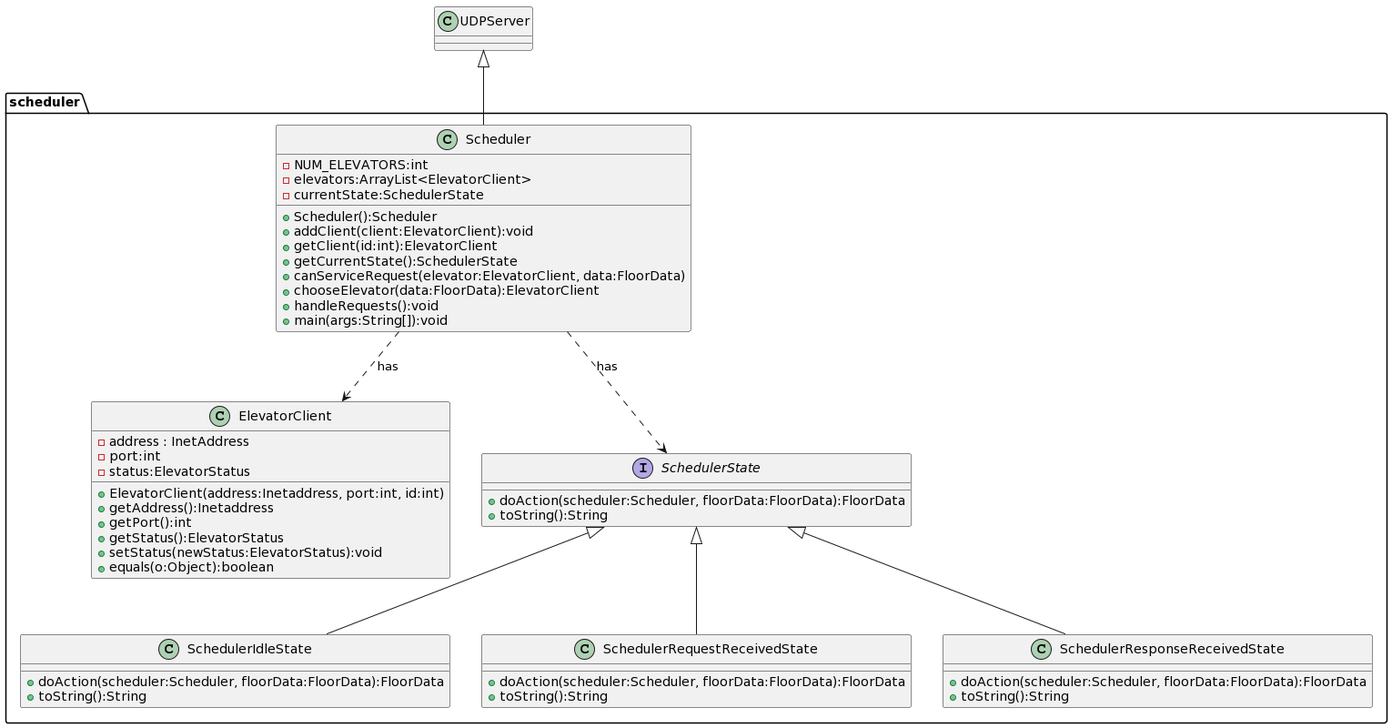
Above: docs/SchedulerSubsystemClassDiagram.png in kavvykav/SYSC3303-project (PlantUML), before the change. Source of this version:
```plantuml
@startuml
class UDPServer {

}
package scheduler {

class Scheduler {
-NUM_ELEVATORS:int
-elevators:ArrayList<ElevatorClient>
-currentState:SchedulerState
+Scheduler():Scheduler
+addClient(client:ElevatorClient):void
+getClient(id:int):ElevatorClient
+getCurrentState():SchedulerState
+canServiceRequest(elevator:ElevatorClient, data:FloorData)
+chooseElevator(data:FloorData):ElevatorClient
+handleRequests():void
+main(args:String[]):void

}
class ElevatorClient {
-address : InetAddress
-port:int
-status:ElevatorStatus
+ElevatorClient(address:Inetaddress, port:int, id:int)
+getAddress():Inetaddress
+getPort():int
+getStatus():ElevatorStatus
+setStatus(newStatus:ElevatorStatus):void
+equals(o:Object):boolean

}
interface SchedulerState {
+doAction(scheduler:Scheduler, floorData:FloorData):FloorData
+toString():String
}
class SchedulerIdleState{
+doAction(scheduler:Scheduler, floorData:FloorData):FloorData
+toString():String
}
class SchedulerRequestReceivedState {
+doAction(scheduler:Scheduler, floorData:FloorData):FloorData
+toString():String
}
class SchedulerResponseReceivedState {
+doAction(scheduler:Scheduler, floorData:FloorData):FloorData
+toString():String
}
UDPServer <|-- Scheduler
Scheduler ..> ElevatorClient : has
Scheduler ..> SchedulerState : has
SchedulerState <|-- SchedulerIdleState
SchedulerState <|-- SchedulerRequestReceivedState
SchedulerState <|-- SchedulerResponseReceivedState
}
@enduml
```
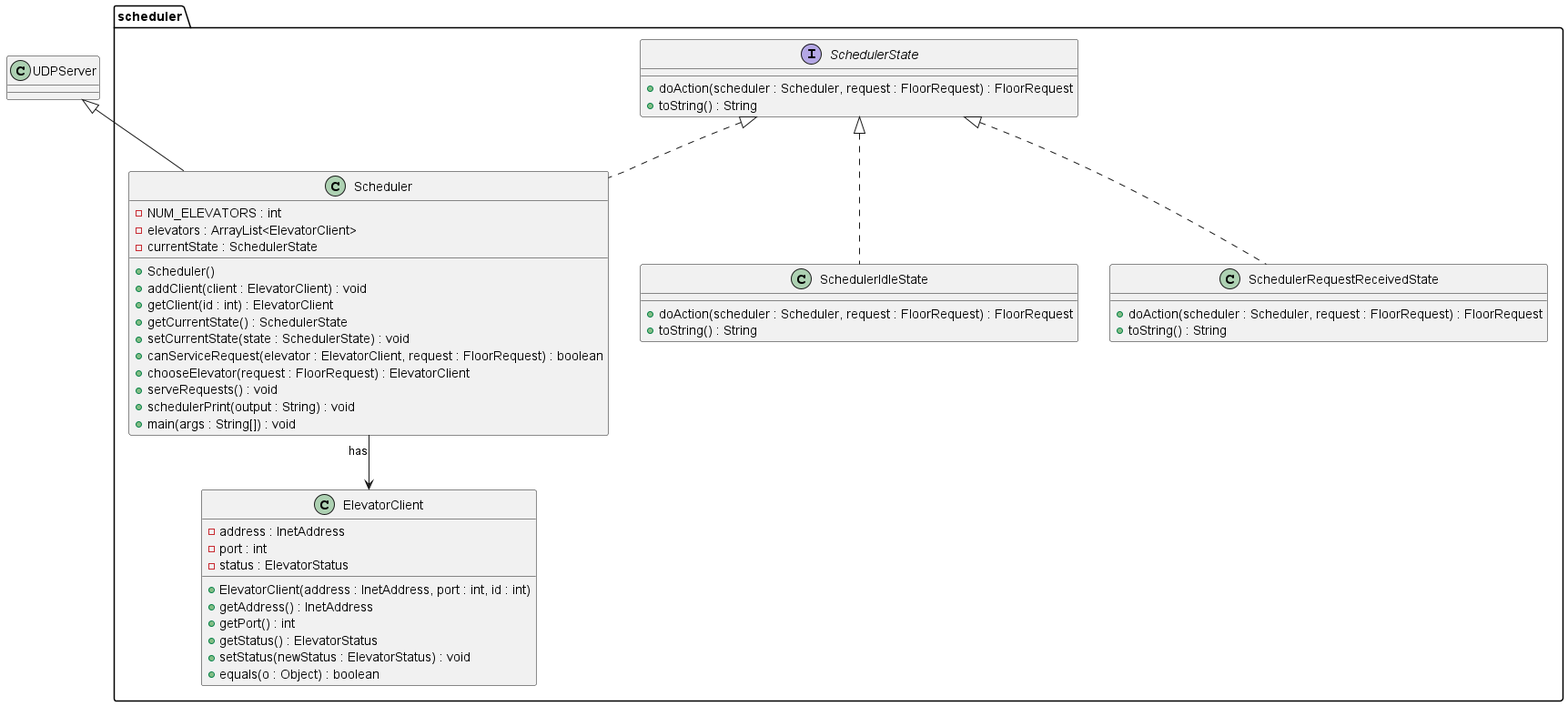
The same file after the commit.

The edit, as a diff of the source:
```diff
@@ -1,56 +1,64 @@
 @startuml
-class UDPServer {
+!define RECTANGLE class
+
+package scheduler {
+
+RECTANGLE Scheduler {
+    - NUM_ELEVATORS : int
+    - elevators : ArrayList<ElevatorClient>
+    - currentState : SchedulerState
+    + Scheduler()
+    + addClient(client : ElevatorClient) : void
+    + getClient(id : int) : ElevatorClient
+    + getCurrentState() : SchedulerState
+    + setCurrentState(state : SchedulerState) : void
+    + canServiceRequest(elevator : ElevatorClient, request : FloorRequest) : boolean
+    + chooseElevator(request : FloorRequest) : ElevatorClient
+    + serveRequests() : void
+    + schedulerPrint(output : String) : void
+    + main(args : String[]) : void
+}
+
+RECTANGLE ElevatorClient {
+    - address : InetAddress
+    - port : int
+    - status : ElevatorStatus
+    + ElevatorClient(address : InetAddress, port : int, id : int)
+    + getAddress() : InetAddress
+    + getPort() : int
+    + getStatus() : ElevatorStatus
+    + setStatus(newStatus : ElevatorStatus) : void
+    + equals(o : Object) : boolean
+}
+
+Scheduler "has" --> ElevatorClient
+
+interface SchedulerState {
+    + doAction(scheduler : Scheduler, request : FloorRequest) : FloorRequest
+    + toString() : String
+}
+
+RECTANGLE SchedulerIdleState {
+    + doAction(scheduler : Scheduler, request : FloorRequest) : FloorRequest
+    + toString() : String
+}
+
+RECTANGLE SchedulerRequestReceivedState {
+    + doAction(scheduler : Scheduler, request : FloorRequest) : FloorRequest
+    + toString() : String
+}
+
+
+
+SchedulerState <|.. SchedulerIdleState
+SchedulerState <|.. SchedulerRequestReceivedState
+SchedulerState <|.. Scheduler
 
 }
-package scheduler {
 
-class Scheduler {
--NUM_ELEVATORS:int
--elevators:ArrayList<ElevatorClient>
--currentState:SchedulerState
-+Scheduler():Scheduler
-+addClient(client:ElevatorClient):void
-+getClient(id:int):ElevatorClient
-+getCurrentState():SchedulerState
-+canServiceRequest(elevator:ElevatorClient, data:FloorData)
-+chooseElevator(data:FloorData):ElevatorClient
-+handleRequests():void
-+main(args:String[]):void
+class UDPServer {
+}
 
-}
-class ElevatorClient {
--address : InetAddress
--port:int
--status:ElevatorStatus
-+ElevatorClient(address:Inetaddress, port:int, id:int)
-+getAddress():Inetaddress
-+getPort():int
-+getStatus():ElevatorStatus
-+setStatus(newStatus:ElevatorStatus):void
-+equals(o:Object):boolean
+UDPServer <|-- Scheduler
 
-}
-interface SchedulerState {
-+doAction(scheduler:Scheduler, floorData:FloorData):FloorData
-+toString():String
-}
-class SchedulerIdleState{
-+doAction(scheduler:Scheduler, floorData:FloorData):FloorData
-+toString():String
-}
-class SchedulerRequestReceivedState {
-+doAction(scheduler:Scheduler, floorData:FloorData):FloorData
-+toString():String
-}
-class SchedulerResponseReceivedState {
-+doAction(scheduler:Scheduler, floorData:FloorData):FloorData
-+toString():String
-}
-UDPServer <|-- Scheduler
-Scheduler ..> ElevatorClient : has
-Scheduler ..> SchedulerState : has
-SchedulerState <|-- SchedulerIdleState
-SchedulerState <|-- SchedulerRequestReceivedState
-SchedulerState <|-- SchedulerResponseReceivedState
-}
 @enduml
```
